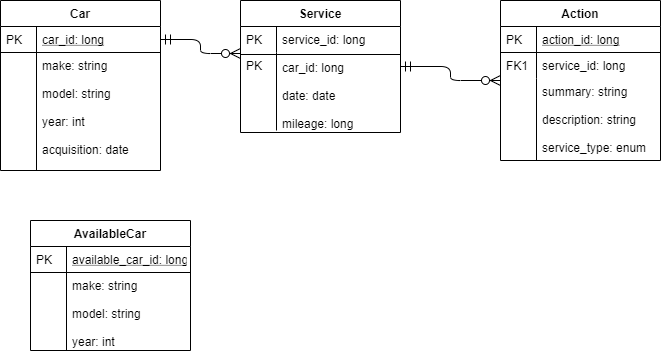
The draw.io diagram docs/erd.png in rbaafi/your-auto-service, before a commit. Source tidied: cells renumbered, new cells last; positions are measured from the earlier drawing's top-left corner, leaving out a move shared by most shapes.
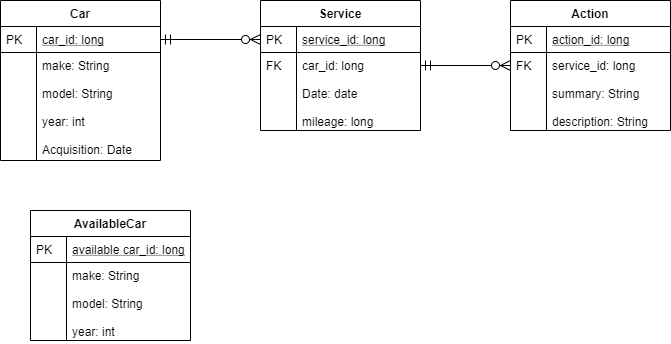
After the commit.

Diff of the diagram source:
```diff
@@ -3,7 +3,7 @@
     <mxCell id="0" />
     <mxCell id="1" parent="0" />
     <mxCell id="2" value="Car" style="swimlane;fontStyle=1;horizontal=1;startSize=26;rounded=0;shadow=0;strokeWidth=1;" parent="1" vertex="1">
-      <mxGeometry width="160" height="170" as="geometry" />
+      <mxGeometry x="-20" y="20" width="160" height="160" as="geometry" />
     </mxCell>
     <mxCell id="3" value="car_id: long" style="shape=partialRectangle;top=0;left=0;right=0;bottom=1;align=left;verticalAlign=top;fillColor=none;spacingLeft=40;spacingRight=4;overflow=hidden;points=[[0,0.5],[1,0.5]];portConstraint=eastwest;rounded=0;shadow=0;strokeWidth=1;fontStyle=4;" parent="2" vertex="1">
       <mxGeometry y="26" width="160" height="26" as="geometry" />
@@ -11,74 +11,62 @@
     <mxCell id="4" value="PK" style="shape=partialRectangle;top=0;left=0;bottom=0;fillColor=none;align=left;verticalAlign=top;spacingLeft=4;spacingRight=4;overflow=hidden;" parent="3" vertex="1">
       <mxGeometry width="36" height="26" as="geometry" />
     </mxCell>
-    <mxCell id="5" value="make: string&#10;&#10;model: string&#10;&#10;year: int&#10;&#10;acquisition: date" style="shape=partialRectangle;top=0;left=0;right=0;bottom=0;align=left;verticalAlign=top;fillColor=none;spacingLeft=40;spacingRight=4;overflow=hidden;rounded=0;shadow=0;strokeWidth=1;" parent="2" vertex="1">
-      <mxGeometry y="52" width="160" height="118" as="geometry" />
+    <mxCell id="5" value="make: String&#10;&#10;model: String&#10;&#10;year: int&#10;&#10;Acquisition: Date" style="shape=partialRectangle;top=0;left=0;right=0;bottom=0;align=left;verticalAlign=top;fillColor=none;spacingLeft=40;spacingRight=4;overflow=hidden;rounded=0;shadow=0;strokeWidth=1;" parent="2" vertex="1">
+      <mxGeometry y="52" width="160" height="108" as="geometry" />
     </mxCell>
     <mxCell id="6" style="shape=partialRectangle;top=0;left=0;bottom=0;fillColor=none;align=left;verticalAlign=top;spacingLeft=4;spacingRight=4;overflow=hidden;" parent="5" vertex="1">
-      <mxGeometry width="36" height="118" as="geometry" />
+      <mxGeometry width="36" height="108" as="geometry" />
     </mxCell>
     <mxCell id="7" value="Service" style="swimlane;fontStyle=1;horizontal=1;startSize=26;rounded=0;shadow=0;strokeWidth=1;" parent="1" vertex="1">
-      <mxGeometry x="240" width="160" height="132" as="geometry" />
+      <mxGeometry x="240" y="20" width="160" height="130" as="geometry" />
     </mxCell>
-    <mxCell id="8" value="service_id: long" style="shape=partialRectangle;top=0;left=0;right=0;bottom=0;align=left;verticalAlign=top;fillColor=none;spacingLeft=40;spacingRight=4;overflow=hidden;points=[[0,0.5],[1,0.5]];portConstraint=eastwest;rounded=0;shadow=0;strokeWidth=1;" parent="7" vertex="1">
+    <mxCell id="8" value="service_id: long" style="shape=partialRectangle;top=0;left=0;right=0;bottom=1;align=left;verticalAlign=top;fillColor=none;spacingLeft=40;spacingRight=4;overflow=hidden;points=[[0,0.5],[1,0.5]];portConstraint=eastwest;rounded=0;shadow=0;strokeWidth=1;fontStyle=4;" parent="7" vertex="1">
       <mxGeometry y="26" width="160" height="26" as="geometry" />
     </mxCell>
     <mxCell id="9" value="PK" style="shape=partialRectangle;top=0;left=0;bottom=0;fillColor=none;align=left;verticalAlign=top;spacingLeft=4;spacingRight=4;overflow=hidden;" parent="8" vertex="1">
       <mxGeometry width="36" height="26" as="geometry" />
     </mxCell>
-    <mxCell id="10" style="shape=partialRectangle;top=0;left=0;right=0;bottom=1;align=left;verticalAlign=top;fillColor=none;spacingLeft=40;spacingRight=4;overflow=hidden;points=[[0,0.5],[1,0.5]];portConstraint=eastwest;rounded=0;shadow=0;strokeWidth=1;fontStyle=4;" parent="7" vertex="1">
-      <mxGeometry y="52" width="160" height="2" as="geometry" />
+    <mxCell id="10" value="car_id: long&#10;&#10;Date: date&#10;&#10;mileage: long" style="shape=partialRectangle;top=0;left=0;right=0;bottom=0;align=left;verticalAlign=top;fillColor=none;spacingLeft=40;spacingRight=4;overflow=hidden;points=[[0,0.5],[1,0.5]];portConstraint=eastwest;rounded=0;shadow=0;strokeWidth=1;" parent="7" vertex="1">
+      <mxGeometry y="52" width="160" height="78" as="geometry" />
     </mxCell>
-    <mxCell id="11" value="PK" style="shape=partialRectangle;top=0;left=0;bottom=0;fillColor=none;align=left;verticalAlign=top;spacingLeft=4;spacingRight=4;overflow=hidden;" parent="10" vertex="1">
-      <mxGeometry width="36" height="2" as="geometry" />
+    <mxCell id="11" value="FK" style="shape=partialRectangle;top=0;left=0;bottom=0;fillColor=none;align=left;verticalAlign=top;spacingLeft=4;spacingRight=4;overflow=hidden;" parent="10" vertex="1">
+      <mxGeometry width="36" height="78" as="geometry" />
     </mxCell>
-    <mxCell id="12" value="car_id: long&#10;&#10;date: date&#10;&#10;mileage: long" style="shape=partialRectangle;top=0;left=0;right=0;bottom=0;align=left;verticalAlign=top;fillColor=none;spacingLeft=40;spacingRight=4;overflow=hidden;rounded=0;shadow=0;strokeWidth=1;" parent="7" vertex="1">
-      <mxGeometry y="54" width="160" height="76" as="geometry" />
+    <mxCell id="12" style="edgeStyle=orthogonalEdgeStyle;endArrow=ERzeroToMany;startArrow=ERmandOne;shadow=0;strokeWidth=1;endSize=8;startSize=8;" parent="1" edge="1" source="3" target="8">
+      <mxGeometry relative="1" as="geometry" />
     </mxCell>
-    <mxCell id="13" style="shape=partialRectangle;top=0;left=0;bottom=0;fillColor=none;align=left;verticalAlign=top;spacingLeft=4;spacingRight=4;overflow=hidden;points=[];portConstraint=eastwest;" parent="12" vertex="1">
-      <mxGeometry width="36" height="76" as="geometry" />
+    <mxCell id="13" value="Action" style="swimlane;fontStyle=1;horizontal=1;startSize=26;rounded=0;shadow=0;strokeWidth=1;" parent="1" vertex="1">
+      <mxGeometry x="490" y="20" width="160" height="130" as="geometry" />
     </mxCell>
-    <mxCell id="14" style="edgeStyle=orthogonalEdgeStyle;endArrow=ERzeroToMany;startArrow=ERmandOne;shadow=0;strokeWidth=1;endSize=8;startSize=8;" parent="1" edge="1" source="3" target="10">
-      <mxGeometry relative="1" as="geometry" />
+    <mxCell id="14" value="action_id: long" style="shape=partialRectangle;top=0;left=0;right=0;bottom=1;align=left;verticalAlign=top;fillColor=none;spacingLeft=40;spacingRight=4;overflow=hidden;rounded=0;shadow=0;strokeWidth=1;fontStyle=4;" parent="13" vertex="1">
+      <mxGeometry y="26" width="160" height="26" as="geometry" />
     </mxCell>
-    <mxCell id="15" value="Action" style="swimlane;fontStyle=1;horizontal=1;startSize=26;rounded=0;shadow=0;strokeWidth=1;" parent="1" vertex="1">
-      <mxGeometry x="500" width="160" height="160" as="geometry" />
+    <mxCell id="15" value="PK" style="shape=partialRectangle;top=0;left=0;bottom=0;fillColor=none;align=left;verticalAlign=top;spacingLeft=4;spacingRight=4;overflow=hidden;points=[];portConstraint=eastwest;" parent="14" vertex="1">
+      <mxGeometry width="36" height="26" as="geometry" />
     </mxCell>
-    <mxCell id="16" value="action_id: long" style="shape=partialRectangle;top=0;left=0;right=0;bottom=1;align=left;verticalAlign=top;fillColor=none;spacingLeft=40;spacingRight=4;overflow=hidden;rounded=0;shadow=0;strokeWidth=1;fontStyle=4;" parent="15" vertex="1">
-      <mxGeometry y="26" width="160" height="26" as="geometry" />
+    <mxCell id="16" value="service_id: long&#10;&#10;summary: String&#10;&#10;description: String&#10;&#10;&#10;" style="shape=partialRectangle;top=0;left=0;right=0;bottom=0;align=left;verticalAlign=top;fillColor=none;spacingLeft=40;spacingRight=4;overflow=hidden;rounded=0;shadow=0;strokeWidth=1;" parent="13" vertex="1">
+      <mxGeometry y="52" width="160" height="78" as="geometry" />
     </mxCell>
-    <mxCell id="17" value="PK" style="shape=partialRectangle;top=0;left=0;bottom=0;fillColor=none;align=left;verticalAlign=top;spacingLeft=4;spacingRight=4;overflow=hidden;" parent="16" vertex="1">
-      <mxGeometry width="36" height="26" as="geometry" />
+    <mxCell id="17" value="FK" style="shape=partialRectangle;top=0;left=0;bottom=0;fillColor=none;align=left;verticalAlign=top;spacingLeft=4;spacingRight=4;overflow=hidden;" parent="16" vertex="1">
+      <mxGeometry width="36" height="78" as="geometry" />
     </mxCell>
-    <mxCell id="18" value="service_id: long" style="shape=partialRectangle;top=0;left=0;right=0;bottom=0;align=left;verticalAlign=top;fillColor=none;spacingLeft=40;spacingRight=4;overflow=hidden;rounded=0;shadow=0;strokeWidth=1;" parent="15" vertex="1">
-      <mxGeometry y="52" width="160" height="26" as="geometry" />
+    <mxCell id="18" style="edgeStyle=orthogonalEdgeStyle;endArrow=ERzeroToMany;startArrow=ERmandOne;shadow=0;strokeWidth=1;endSize=8;startSize=8;" parent="1" edge="1" source="7" target="13">
+      <mxGeometry relative="1" as="geometry" />
     </mxCell>
-    <mxCell id="19" value="FK1" style="shape=partialRectangle;top=0;left=0;bottom=0;fillColor=none;align=left;verticalAlign=top;spacingLeft=4;spacingRight=4;overflow=hidden;" parent="18" vertex="1">
-      <mxGeometry width="36" height="26" as="geometry" />
+    <mxCell id="19" value="AvailableCar" style="swimlane;fontStyle=1;horizontal=1;startSize=26;rounded=0;shadow=0;strokeWidth=1;" parent="1" vertex="1">
+      <mxGeometry x="10" y="230" width="160" height="130" as="geometry" />
     </mxCell>
-    <mxCell id="20" value="summary: string&#10;&#10;description: string&#10;&#10;service_type: enum&#10;" style="shape=partialRectangle;top=0;left=0;right=0;bottom=0;align=left;verticalAlign=top;fillColor=none;spacingLeft=40;spacingRight=4;overflow=hidden;rounded=0;shadow=0;strokeWidth=1;" parent="15" vertex="1">
-      <mxGeometry y="78" width="160" height="82" as="geometry" />
+    <mxCell id="20" value="available car_id: long" style="shape=partialRectangle;top=0;left=0;right=0;bottom=1;align=left;verticalAlign=top;fillColor=none;spacingLeft=40;spacingRight=4;overflow=hidden;rounded=0;shadow=0;strokeWidth=1;fontStyle=4;" parent="19" vertex="1">
+      <mxGeometry y="26" width="160" height="26" as="geometry" />
     </mxCell>
-    <mxCell id="21" style="shape=partialRectangle;top=0;left=0;bottom=0;fillColor=none;align=left;verticalAlign=top;spacingLeft=4;spacingRight=4;overflow=hidden;" parent="20" vertex="1">
-      <mxGeometry width="36" height="82" as="geometry" />
+    <mxCell id="21" value="PK" style="shape=partialRectangle;top=0;left=0;bottom=0;fillColor=none;align=left;verticalAlign=top;spacingLeft=4;spacingRight=4;overflow=hidden;" parent="20" vertex="1">
+      <mxGeometry width="36" height="26" as="geometry" />
     </mxCell>
-    <mxCell id="22" style="edgeStyle=orthogonalEdgeStyle;endArrow=ERzeroToMany;startArrow=ERmandOne;shadow=0;strokeWidth=1;endSize=8;startSize=8;" parent="1" edge="1" source="7" target="15">
-      <mxGeometry relative="1" as="geometry" />
+    <mxCell id="22" value="make: String&#10;&#10;model: String&#10;&#10;year: int&#10;" style="shape=partialRectangle;top=0;left=0;right=0;bottom=0;align=left;verticalAlign=top;fillColor=none;spacingLeft=40;spacingRight=4;overflow=hidden;rounded=0;shadow=0;strokeWidth=1;" parent="19" vertex="1">
+      <mxGeometry y="52" width="160" height="78" as="geometry" />
     </mxCell>
-    <mxCell id="23" value="AvailableCar" style="swimlane;fontStyle=1;horizontal=1;startSize=26;rounded=0;shadow=0;strokeWidth=1;" parent="1" vertex="1">
-      <mxGeometry x="30" y="220" width="160" height="130" as="geometry" />
+    <mxCell id="23" style="shape=partialRectangle;top=0;left=0;bottom=0;fillColor=none;align=left;verticalAlign=top;spacingLeft=4;spacingRight=4;overflow=hidden;" parent="22" vertex="1">
+      <mxGeometry width="36" height="78" as="geometry" />
     </mxCell>
-    <mxCell id="24" value="available_car_id: long" style="shape=partialRectangle;top=0;left=0;right=0;bottom=1;align=left;verticalAlign=top;fillColor=none;spacingLeft=40;spacingRight=4;overflow=hidden;rounded=0;shadow=0;strokeWidth=1;fontStyle=4;" parent="23" vertex="1">
-      <mxGeometry y="26" width="160" height="26" as="geometry" />
-    </mxCell>
-    <mxCell id="25" value="PK" style="shape=partialRectangle;top=0;left=0;bottom=0;fillColor=none;align=left;verticalAlign=top;spacingLeft=4;spacingRight=4;overflow=hidden;" parent="24" vertex="1">
-      <mxGeometry width="36" height="26" as="geometry" />
-    </mxCell>
-    <mxCell id="26" value="make: string&#10;&#10;model: string&#10;&#10;year: int" style="shape=partialRectangle;top=0;left=0;right=0;bottom=0;align=left;verticalAlign=top;fillColor=none;spacingLeft=40;spacingRight=4;overflow=hidden;rounded=0;shadow=0;strokeWidth=1;" parent="23" vertex="1">
-      <mxGeometry y="52" width="160" height="78" as="geometry" />
-    </mxCell>
-    <mxCell id="27" style="shape=partialRectangle;top=0;left=0;bottom=0;fillColor=none;align=left;verticalAlign=top;spacingLeft=4;spacingRight=4;overflow=hidden;" parent="26" vertex="1">
-      <mxGeometry width="36" height="78" as="geometry" />
-    </mxCell>
   </root>
 </mxGraphModel>
```
